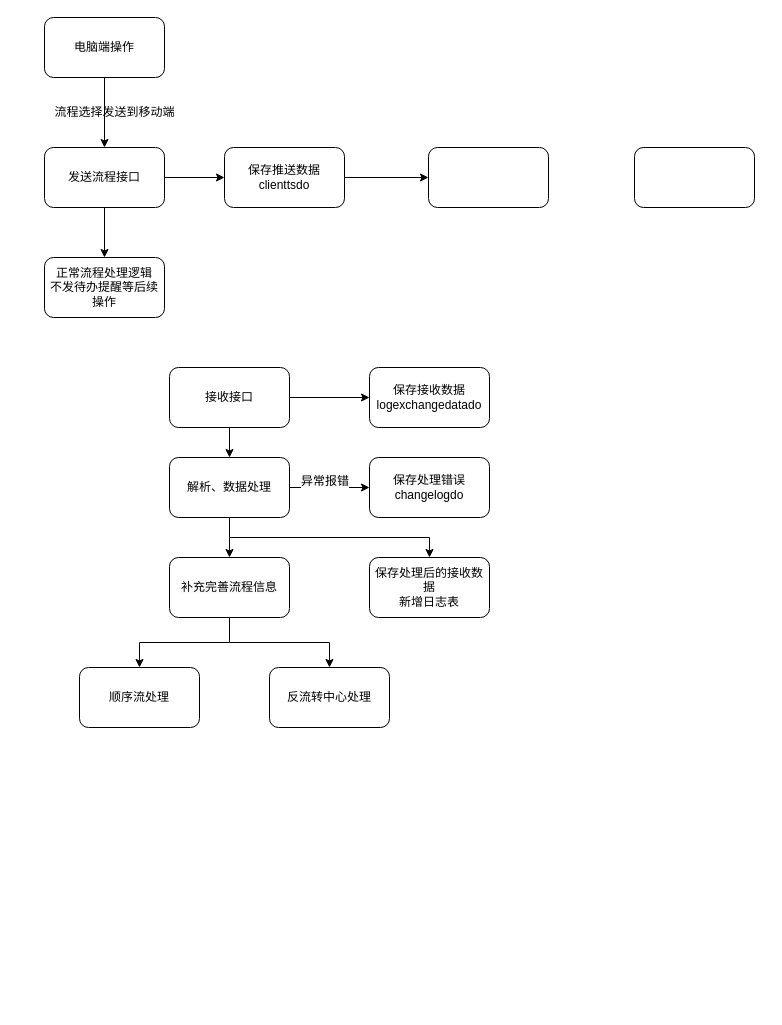
This is 交互.drawio from LSS9/ForgettingCurve, a draw.io file, before an edit. Source tidied: cells renumbered, new cells numbered last; positions are measured from the earlier drawing's top-left corner, leaving out a move shared by most shapes. Both pictures are drawn from the tidied source at 100%, with x=0, y=0 at pixel (44, 17).
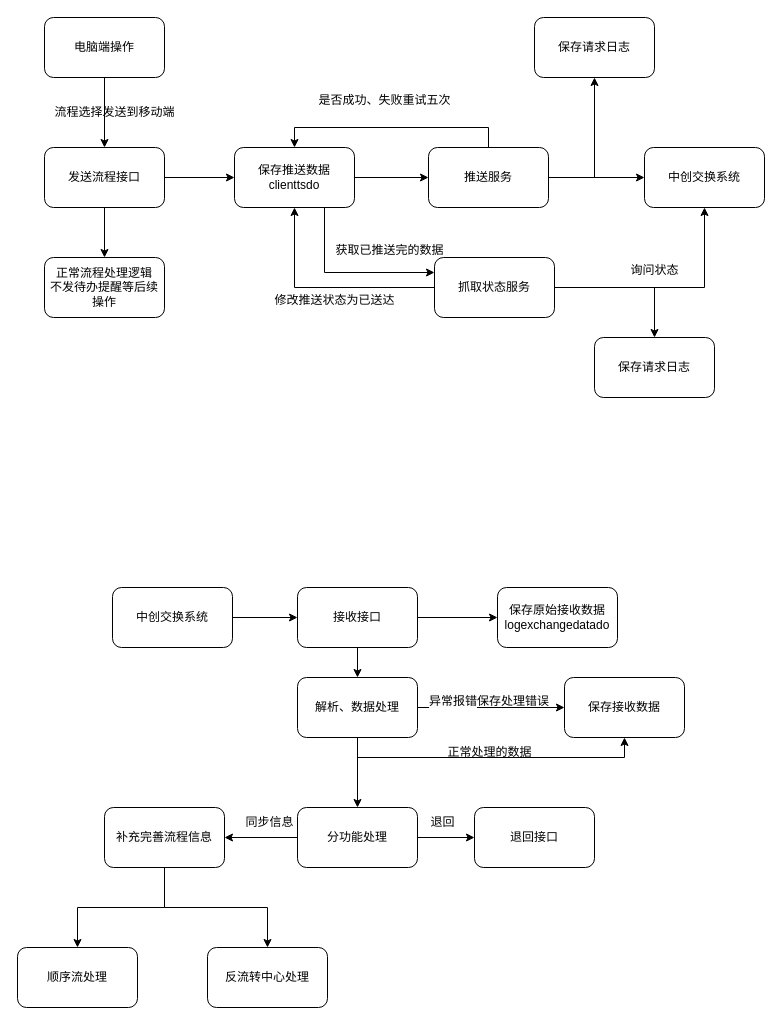
After the change.

Change to the diagram source:
```diff
@@
-    <mxCell id="8" value="保存接收数据logexchangedatado" style="rounded=1;whiteSpace=wrap;html=1;" parent="1" vertex="1">
-      <mxGeometry x="325" y="350" width="120" height="60" as="geometry" />
+    <mxCell id="8" value="保存原始接收数据logexchangedatado" style="rounded=1;whiteSpace=wrap;html=1;" parent="1" vertex="1">
+      <mxGeometry x="453" y="570" width="120" height="60" as="geometry" />
     </mxCell>
@@
+    <mxCell id="29" style="edgeStyle=orthogonalEdgeStyle;rounded=0;jettySize=auto;html=1;exitX=0.75;exitY=1;exitDx=0;exitDy=0;entryX=0;entryY=0.25;entryDx=0;entryDy=0;" parent="1" edge="1" source="10" target="40">
+      <mxGeometry relative="1" as="geometry" />
+    </mxCell>
     <mxCell id="10" value="保存推送数据&lt;br&gt;clienttsdo" style="rounded=1;whiteSpace=wrap;html=1;" parent="1" vertex="1">
-      <mxGeometry x="180" y="130" width="120" height="60" as="geometry" />
+      <mxGeometry x="190" y="130" width="120" height="60" as="geometry" />
     </mxCell>
+    <mxCell id="30" style="edgeStyle=orthogonalEdgeStyle;rounded=0;jettySize=auto;html=1;exitX=1;exitY=0.5;exitDx=0;exitDy=0;entryX=0;entryY=0.5;entryDx=0;entryDy=0;" parent="1" edge="1" source="11" target="12">
+      <mxGeometry relative="1" as="geometry" />
+    </mxCell>
+    <mxCell id="31" style="edgeStyle=orthogonalEdgeStyle;rounded=0;jettySize=auto;html=1;exitX=1;exitY=0.5;exitDx=0;exitDy=0;entryX=0.5;entryY=1;entryDx=0;entryDy=0;" parent="1" edge="1" source="11" target="36">
+      <mxGeometry relative="1" as="geometry" />
+    </mxCell>
+    <mxCell id="32" style="edgeStyle=orthogonalEdgeStyle;rounded=0;jettySize=auto;html=1;exitX=0.5;exitY=0;exitDx=0;exitDy=0;entryX=0.5;entryY=0;entryDx=0;entryDy=0;" parent="1" edge="1" source="11" target="10">
+      <mxGeometry relative="1" as="geometry" />
+    </mxCell>
-    <mxCell id="11" style="rounded=1;whiteSpace=wrap;html=1;" parent="1" vertex="1">
+    <mxCell id="11" value="推送服务" style="rounded=1;whiteSpace=wrap;html=1;" parent="1" vertex="1">
       <mxGeometry x="384" y="130" width="120" height="60" as="geometry" />
     </mxCell>
-    <mxCell id="12" style="rounded=1;whiteSpace=wrap;html=1;" parent="1" vertex="1">
-      <mxGeometry x="590" y="130" width="120" height="60" as="geometry" />
+    <mxCell id="12" value="中创交换系统" style="rounded=1;whiteSpace=wrap;html=1;" parent="1" vertex="1">
+      <mxGeometry x="600" y="130" width="120" height="60" as="geometry" />
     </mxCell>
@@
     <mxCell id="15" value="接收接口" style="rounded=1;whiteSpace=wrap;html=1;" parent="1" vertex="1">
-      <mxGeometry x="125" y="350" width="120" height="60" as="geometry" />
+      <mxGeometry x="253" y="570" width="120" height="60" as="geometry" />
     </mxCell>
@@
-    <mxCell id="17" style="edgeStyle=orthogonalEdgeStyle;rounded=0;jettySize=auto;html=1;exitX=1;exitY=0.5;exitDx=0;exitDy=0;" parent="1" edge="1" source="20" target="21">
-      <mxGeometry relative="1" as="geometry" />
-    </mxCell>
-    <mxCell id="18" style="edgeStyle=orthogonalEdgeStyle;rounded=0;jettySize=auto;html=1;exitX=0.5;exitY=1;exitDx=0;exitDy=0;entryX=0.5;entryY=0;entryDx=0;entryDy=0;" parent="1" edge="1" source="20" target="25">
-      <mxGeometry relative="1" as="geometry" />
-    </mxCell>
-    <mxCell id="19" style="edgeStyle=orthogonalEdgeStyle;rounded=0;jettySize=auto;html=1;exitX=0.5;exitY=1;exitDx=0;exitDy=0;" parent="1" edge="1" source="20" target="28">
-      <mxGeometry relative="1" as="geometry" />
-    </mxCell>
+    <mxCell id="33" style="edgeStyle=orthogonalEdgeStyle;rounded=0;jettySize=auto;html=1;exitX=1;exitY=0.5;exitDx=0;exitDy=0;" parent="1" edge="1" source="20" target="48">
+      <mxGeometry relative="1" as="geometry" />
+    </mxCell>
+    <mxCell id="34" style="edgeStyle=orthogonalEdgeStyle;rounded=0;jettySize=auto;html=1;exitX=0.5;exitY=1;exitDx=0;exitDy=0;entryX=0.5;entryY=1;entryDx=0;entryDy=0;" parent="1" edge="1" source="20" target="48">
+      <mxGeometry relative="1" as="geometry" />
+    </mxCell>
+    <mxCell id="35" style="edgeStyle=orthogonalEdgeStyle;rounded=0;jettySize=auto;html=1;exitX=0.5;exitY=1;exitDx=0;exitDy=0;" parent="1" edge="1" source="20" target="52">
+      <mxGeometry relative="1" as="geometry" />
+    </mxCell>
     <mxCell id="20" value="解析、数据处理" style="rounded=1;whiteSpace=wrap;html=1;" parent="1" vertex="1">
-      <mxGeometry x="125" y="440" width="120" height="60" as="geometry" />
+      <mxGeometry x="253" y="660" width="120" height="60" as="geometry" />
     </mxCell>
-    <mxCell id="21" value="&lt;span style=&quot;color: rgb(0, 0, 0); font-family: Helvetica; font-size: 12px; font-style: normal; font-variant-ligatures: normal; font-variant-caps: normal; font-weight: 400; letter-spacing: normal; orphans: 2; text-align: center; text-indent: 0px; text-transform: none; widows: 2; word-spacing: 0px; -webkit-text-stroke-width: 0px; background-color: rgb(251, 251, 251); text-decoration-thickness: initial; text-decoration-style: initial; text-decoration-color: initial; float: none; display: inline !important;&quot;&gt;保存处理错误changelogdo&lt;/span&gt;" style="rounded=1;whiteSpace=wrap;html=1;" parent="1" vertex="1">
-      <mxGeometry x="325" y="440" width="120" height="60" as="geometry" />
-    </mxCell>
-    <mxCell id="22" value="&lt;span style=&quot;color: rgb(0, 0, 0); font-family: Helvetica; font-size: 12px; font-style: normal; font-variant-ligatures: normal; font-variant-caps: normal; font-weight: 400; letter-spacing: normal; orphans: 2; text-align: center; text-indent: 0px; text-transform: none; widows: 2; word-spacing: 0px; -webkit-text-stroke-width: 0px; background-color: rgb(251, 251, 251); text-decoration-thickness: initial; text-decoration-style: initial; text-decoration-color: initial; float: none; display: inline !important;&quot;&gt;异常报错&lt;/span&gt;" style="text;whiteSpace=wrap;html=1;" parent="1" vertex="1">
-      <mxGeometry x="255" y="450" width="80" height="40" as="geometry" />
+    <mxCell id="22" value="&lt;span style=&quot;color: rgb(0, 0, 0); font-family: Helvetica; font-size: 12px; font-style: normal; font-variant-ligatures: normal; font-variant-caps: normal; font-weight: 400; letter-spacing: normal; orphans: 2; text-align: center; text-indent: 0px; text-transform: none; widows: 2; word-spacing: 0px; -webkit-text-stroke-width: 0px; background-color: rgb(251, 251, 251); text-decoration-thickness: initial; text-decoration-style: initial; text-decoration-color: initial; float: none; display: inline !important;&quot;&gt;异常报错&lt;/span&gt;保存处理错误" style="text;whiteSpace=wrap;html=1;" parent="1" vertex="1">
+      <mxGeometry x="383" y="670" width="147" height="40" as="geometry" />
     </mxCell>
@@
     <mxCell id="25" value="&lt;span style=&quot;color: rgb(0, 0, 0); font-family: Helvetica; font-size: 12px; font-style: normal; font-variant-ligatures: normal; font-variant-caps: normal; font-weight: 400; letter-spacing: normal; orphans: 2; text-align: center; text-indent: 0px; text-transform: none; widows: 2; word-spacing: 0px; -webkit-text-stroke-width: 0px; background-color: rgb(251, 251, 251); text-decoration-thickness: initial; text-decoration-style: initial; text-decoration-color: initial; float: none; display: inline !important;&quot;&gt;补充完善流程信息&lt;/span&gt;" style="rounded=1;whiteSpace=wrap;html=1;" parent="1" vertex="1">
-      <mxGeometry x="125" y="540" width="120" height="60" as="geometry" />
+      <mxGeometry x="60" y="790" width="120" height="60" as="geometry" />
     </mxCell>
     <mxCell id="26" value="反流转中心处理" style="rounded=1;whiteSpace=wrap;html=1;" parent="1" vertex="1">
-      <mxGeometry x="225" y="650" width="120" height="60" as="geometry" />
+      <mxGeometry x="163" y="930" width="120" height="60" as="geometry" />
     </mxCell>
     <mxCell id="27" value="顺序流处理" style="rounded=1;whiteSpace=wrap;html=1;" parent="1" vertex="1">
-      <mxGeometry x="35" y="650" width="120" height="60" as="geometry" />
+      <mxGeometry x="-27" y="930" width="120" height="60" as="geometry" />
     </mxCell>
-    <mxCell id="28" value="保存处理后的接收数据&lt;br&gt;新增日志表" style="rounded=1;whiteSpace=wrap;html=1;" parent="1" vertex="1">
-      <mxGeometry x="325" y="540" width="120" height="60" as="geometry" />
-    </mxCell>
+    <mxCell id="36" value="保存请求&lt;span style=&quot;background-color: initial;&quot;&gt;日志&lt;/span&gt;" style="rounded=1;whiteSpace=wrap;html=1;" parent="1" vertex="1">
+      <mxGeometry x="490" width="120" height="60" as="geometry" />
+    </mxCell>
+    <mxCell id="37" style="edgeStyle=orthogonalEdgeStyle;rounded=0;jettySize=auto;html=1;exitX=1;exitY=0.5;exitDx=0;exitDy=0;entryX=0.5;entryY=1;entryDx=0;entryDy=0;" parent="1" edge="1" source="40" target="12">
+      <mxGeometry relative="1" as="geometry" />
+    </mxCell>
+    <mxCell id="38" style="edgeStyle=orthogonalEdgeStyle;rounded=0;jettySize=auto;html=1;exitX=0;exitY=0.5;exitDx=0;exitDy=0;entryX=0.5;entryY=1;entryDx=0;entryDy=0;" parent="1" edge="1" source="40" target="10">
+      <mxGeometry relative="1" as="geometry" />
+    </mxCell>
+    <mxCell id="39" style="edgeStyle=orthogonalEdgeStyle;rounded=0;jettySize=auto;html=1;exitX=1;exitY=0.5;exitDx=0;exitDy=0;entryX=0.5;entryY=0;entryDx=0;entryDy=0;" parent="1" edge="1" source="40" target="47">
+      <mxGeometry relative="1" as="geometry" />
+    </mxCell>
+    <mxCell id="40" value="抓取状态服务" style="rounded=1;whiteSpace=wrap;html=1;" parent="1" vertex="1">
+      <mxGeometry x="390" y="240" width="120" height="60" as="geometry" />
+    </mxCell>
+    <mxCell id="41" value="询问状态" style="text;html=1;align=center;verticalAlign=middle;strokeColor=none;fillColor=none;" parent="1" vertex="1">
+      <mxGeometry x="575" y="238" width="70" height="30" as="geometry" />
+    </mxCell>
+    <mxCell id="42" value="获取已推送完的数据" style="text;html=1;align=center;verticalAlign=middle;strokeColor=none;fillColor=none;" parent="1" vertex="1">
+      <mxGeometry x="280" y="218" width="130" height="30" as="geometry" />
+    </mxCell>
+    <mxCell id="43" value="修改推送状态为已送达" style="text;html=1;align=center;verticalAlign=middle;strokeColor=none;fillColor=none;" parent="1" vertex="1">
+      <mxGeometry x="220" y="268" width="140" height="30" as="geometry" />
+    </mxCell>
+    <mxCell id="44" value="是否成功、失败重试五次" style="text;html=1;align=center;verticalAlign=middle;strokeColor=none;fillColor=none;" parent="1" vertex="1">
+      <mxGeometry x="260" y="68" width="160" height="30" as="geometry" />
+    </mxCell>
+    <mxCell id="45" style="edgeStyle=orthogonalEdgeStyle;rounded=0;jettySize=auto;html=1;exitX=1;exitY=0.5;exitDx=0;exitDy=0;entryX=0;entryY=0.5;entryDx=0;entryDy=0;" parent="1" edge="1" source="46" target="15">
+      <mxGeometry relative="1" as="geometry" />
+    </mxCell>
+    <mxCell id="46" value="中创交换系统" style="rounded=1;whiteSpace=wrap;html=1;" parent="1" vertex="1">
+      <mxGeometry x="68" y="570" width="120" height="60" as="geometry" />
+    </mxCell>
+    <mxCell id="47" value="保存请求日志" style="rounded=1;whiteSpace=wrap;html=1;" parent="1" vertex="1">
+      <mxGeometry x="550" y="320" width="120" height="60" as="geometry" />
+    </mxCell>
+    <mxCell id="48" value="保存接收数据" style="rounded=1;whiteSpace=wrap;html=1;" parent="1" vertex="1">
+      <mxGeometry x="520" y="660" width="120" height="60" as="geometry" />
+    </mxCell>
+    <mxCell id="49" value="正常处理的数据" style="text;html=1;align=center;verticalAlign=middle;strokeColor=none;fillColor=none;" parent="1" vertex="1">
+      <mxGeometry x="390" y="720" width="110" height="30" as="geometry" />
+    </mxCell>
+    <mxCell id="50" style="edgeStyle=orthogonalEdgeStyle;rounded=0;jettySize=auto;html=1;exitX=0;exitY=0.5;exitDx=0;exitDy=0;entryX=1;entryY=0.5;entryDx=0;entryDy=0;" parent="1" edge="1" source="52" target="25">
+      <mxGeometry relative="1" as="geometry" />
+    </mxCell>
+    <mxCell id="51" style="edgeStyle=orthogonalEdgeStyle;rounded=0;jettySize=auto;html=1;exitX=1;exitY=0.5;exitDx=0;exitDy=0;" parent="1" edge="1" source="52" target="54">
+      <mxGeometry relative="1" as="geometry" />
+    </mxCell>
+    <mxCell id="52" value="分功能处理" style="rounded=1;whiteSpace=wrap;html=1;" parent="1" vertex="1">
+      <mxGeometry x="253" y="790" width="120" height="60" as="geometry" />
+    </mxCell>
+    <mxCell id="53" value="同步信息" style="text;html=1;align=center;verticalAlign=middle;strokeColor=none;fillColor=none;" parent="1" vertex="1">
+      <mxGeometry x="190" y="790" width="70" height="30" as="geometry" />
+    </mxCell>
+    <mxCell id="54" value="退回接口" style="rounded=1;whiteSpace=wrap;html=1;" parent="1" vertex="1">
+      <mxGeometry x="430" y="790" width="120" height="60" as="geometry" />
+    </mxCell>
+    <mxCell id="55" value="退回" style="text;html=1;align=center;verticalAlign=middle;strokeColor=none;fillColor=none;" parent="1" vertex="1">
+      <mxGeometry x="373" y="790" width="50" height="30" as="geometry" />
+    </mxCell>
```
